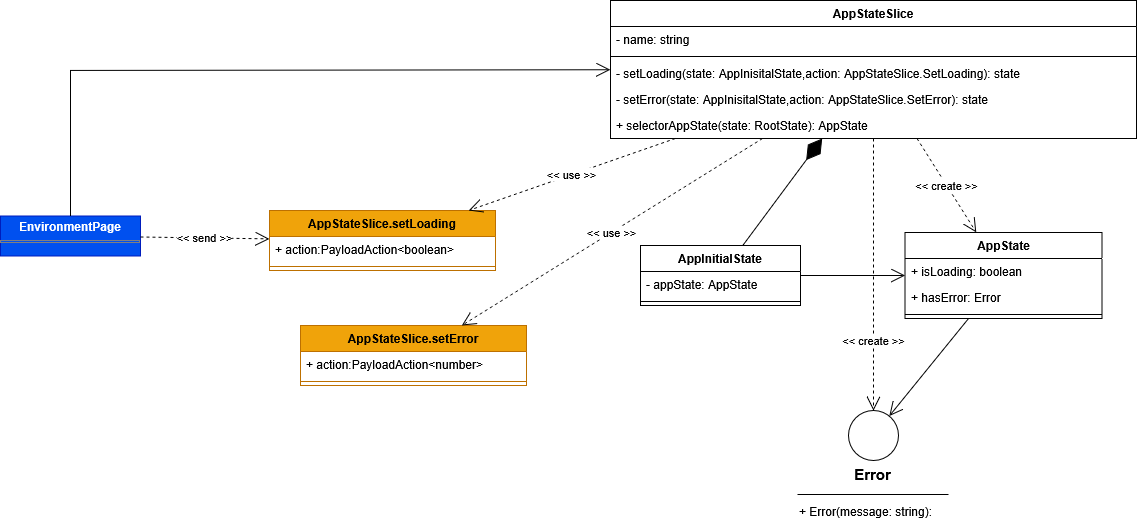
Before: Docs/PB/Generali Esterni/specifica_tecnica/template/images/uml_front/logic/appstateslice.png, a diagram exported from draw.io (6BitBusters/6BitBusters.github.io). Source tidied: cells renumbered, new cells last; positions are measured from the earlier drawing's top-left corner, leaving out a move shared by most shapes.
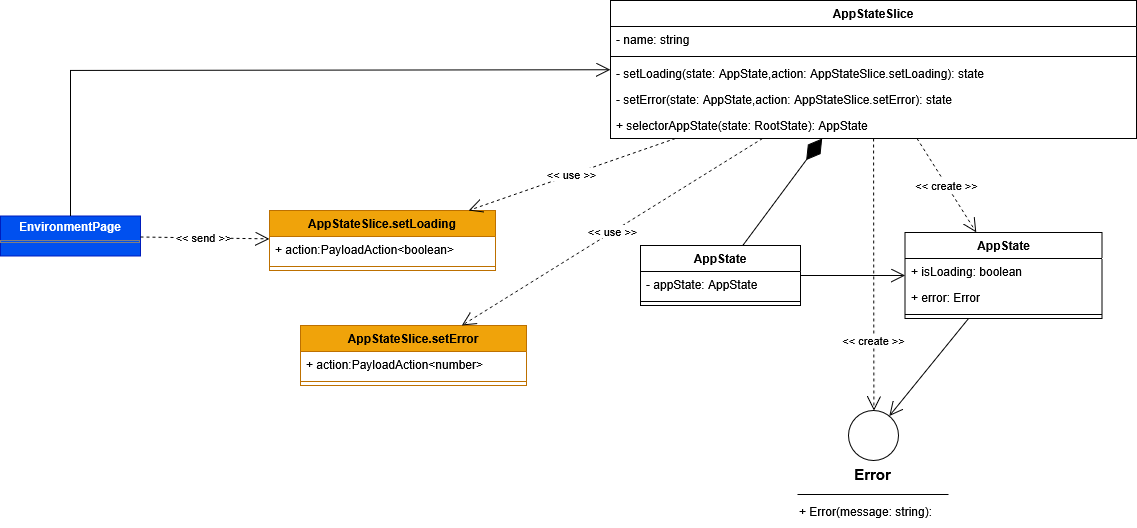
The same file after the commit.

Diff of the diagram source:
```diff
@@ -8,7 +8,7 @@
     <mxCell id="3" value="+ isLoading: boolean" style="text;strokeColor=none;fillColor=none;align=left;verticalAlign=top;spacingLeft=4;spacingRight=4;overflow=hidden;whiteSpace=wrap;html=1;" parent="2" vertex="1">
       <mxGeometry y="26" width="197" height="26" as="geometry" />
     </mxCell>
-    <mxCell id="4" value="+ hasError: Error" style="text;strokeColor=none;fillColor=none;align=left;verticalAlign=top;spacingLeft=4;spacingRight=4;overflow=hidden;whiteSpace=wrap;html=1;" parent="2" vertex="1">
+    <mxCell id="4" value="+ error: Error" style="text;strokeColor=none;fillColor=none;align=left;verticalAlign=top;spacingLeft=4;spacingRight=4;overflow=hidden;whiteSpace=wrap;html=1;" parent="2" vertex="1">
       <mxGeometry y="52" width="197" height="26" as="geometry" />
     </mxCell>
     <mxCell id="5" style="line;strokeWidth=1;fillColor=none;align=left;verticalAlign=middle;spacingTop=-1;spacingLeft=3;spacingRight=3;labelPosition=right;strokeColor=inherit;" parent="2" vertex="1">
@@ -23,10 +23,10 @@
     <mxCell id="8" style="line;strokeWidth=1;fillColor=none;align=left;verticalAlign=middle;spacingTop=-1;spacingLeft=3;spacingRight=3;labelPosition=right;strokeColor=inherit;" parent="6" vertex="1">
       <mxGeometry y="52" width="526" height="8" as="geometry" />
     </mxCell>
-    <mxCell id="9" value="- setLoading(state: AppInisitalState,action: AppStateSlice.SetLoading): state" style="text;strokeColor=none;fillColor=none;align=left;verticalAlign=top;spacingLeft=4;spacingRight=4;overflow=hidden;whiteSpace=wrap;html=1;" parent="6" vertex="1">
+    <mxCell id="9" value="- setLoading(state:&amp;nbsp;AppState,action: AppStateSlice.setLoading): state" style="text;strokeColor=none;fillColor=none;align=left;verticalAlign=top;spacingLeft=4;spacingRight=4;overflow=hidden;whiteSpace=wrap;html=1;" parent="6" vertex="1">
       <mxGeometry y="60" width="526" height="26" as="geometry" />
     </mxCell>
-    <mxCell id="10" value="- setError(state: AppInisitalState,action:&amp;nbsp;AppStateSlice.SetError): state" style="text;strokeColor=none;fillColor=none;align=left;verticalAlign=top;spacingLeft=4;spacingRight=4;overflow=hidden;whiteSpace=wrap;html=1;" parent="6" vertex="1">
+    <mxCell id="10" value="- setError(state:&amp;nbsp;AppState,action:&amp;nbsp;AppStateSlice.setError): state" style="text;strokeColor=none;fillColor=none;align=left;verticalAlign=top;spacingLeft=4;spacingRight=4;overflow=hidden;whiteSpace=wrap;html=1;" parent="6" vertex="1">
       <mxGeometry y="86" width="526" height="26" as="geometry" />
     </mxCell>
     <mxCell id="11" value="+ selectorAppState(state: RootState): AppState" style="text;strokeColor=none;fillColor=none;align=left;verticalAlign=top;spacingLeft=4;spacingRight=4;overflow=hidden;whiteSpace=wrap;html=1;" parent="6" vertex="1">
@@ -35,7 +35,7 @@
     <mxCell id="12" value="&amp;lt;&amp;lt; create &amp;gt;&amp;gt;" style="endArrow=open;endSize=12;dashed=1;html=1;rounded=0;" parent="1" edge="1" source="6" target="2">
       <mxGeometry relative="1" as="geometry" />
     </mxCell>
-    <mxCell id="13" value="AppInitialState" style="swimlane;fontStyle=1;align=center;verticalAlign=top;horizontal=1;startSize=26;whiteSpace=wrap;html=1;" parent="1" vertex="1">
+    <mxCell id="13" value="AppState" style="swimlane;fontStyle=1;align=center;verticalAlign=top;horizontal=1;startSize=26;whiteSpace=wrap;html=1;" parent="1" vertex="1">
       <mxGeometry x="640" y="245" width="160" height="60" as="geometry" />
     </mxCell>
     <mxCell id="14" value="&lt;div&gt;- appState: AppState&lt;/div&gt;" style="text;strokeColor=none;fillColor=none;align=left;verticalAlign=top;spacingLeft=4;spacingRight=4;overflow=hidden;whiteSpace=wrap;html=1;" parent="13" vertex="1">
```
